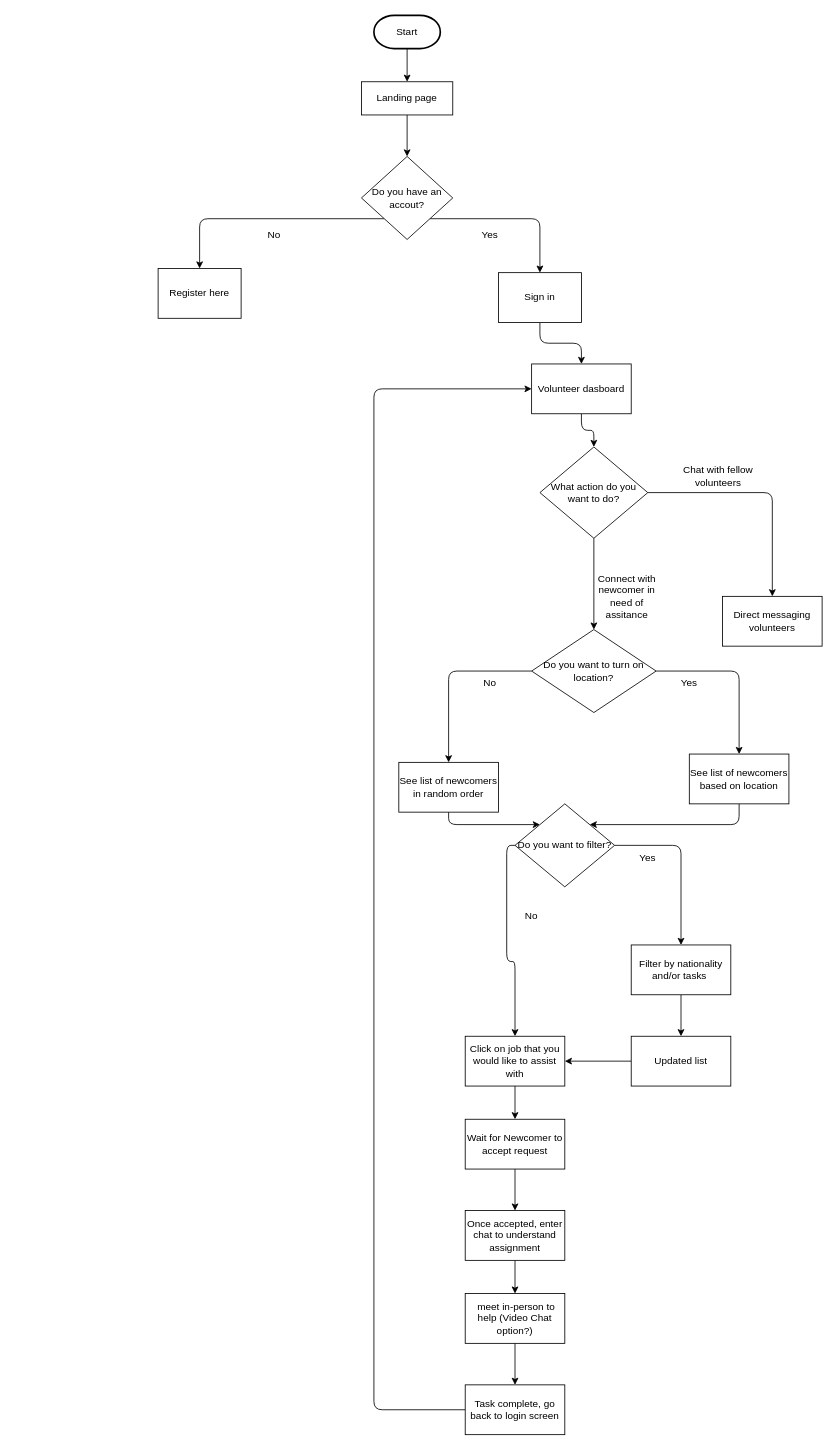
Earlier version of the draw.io diagram flowcharts/volunteer.drawio (Cody2022/earthlings). Source tidied: cells renumbered, new cells numbered last; positions are measured from the earlier drawing's top-left corner, leaving out a move shared by most shapes. Both pictures are drawn from the tidied source at 83%, with x=0, y=0 at pixel (158, 15).
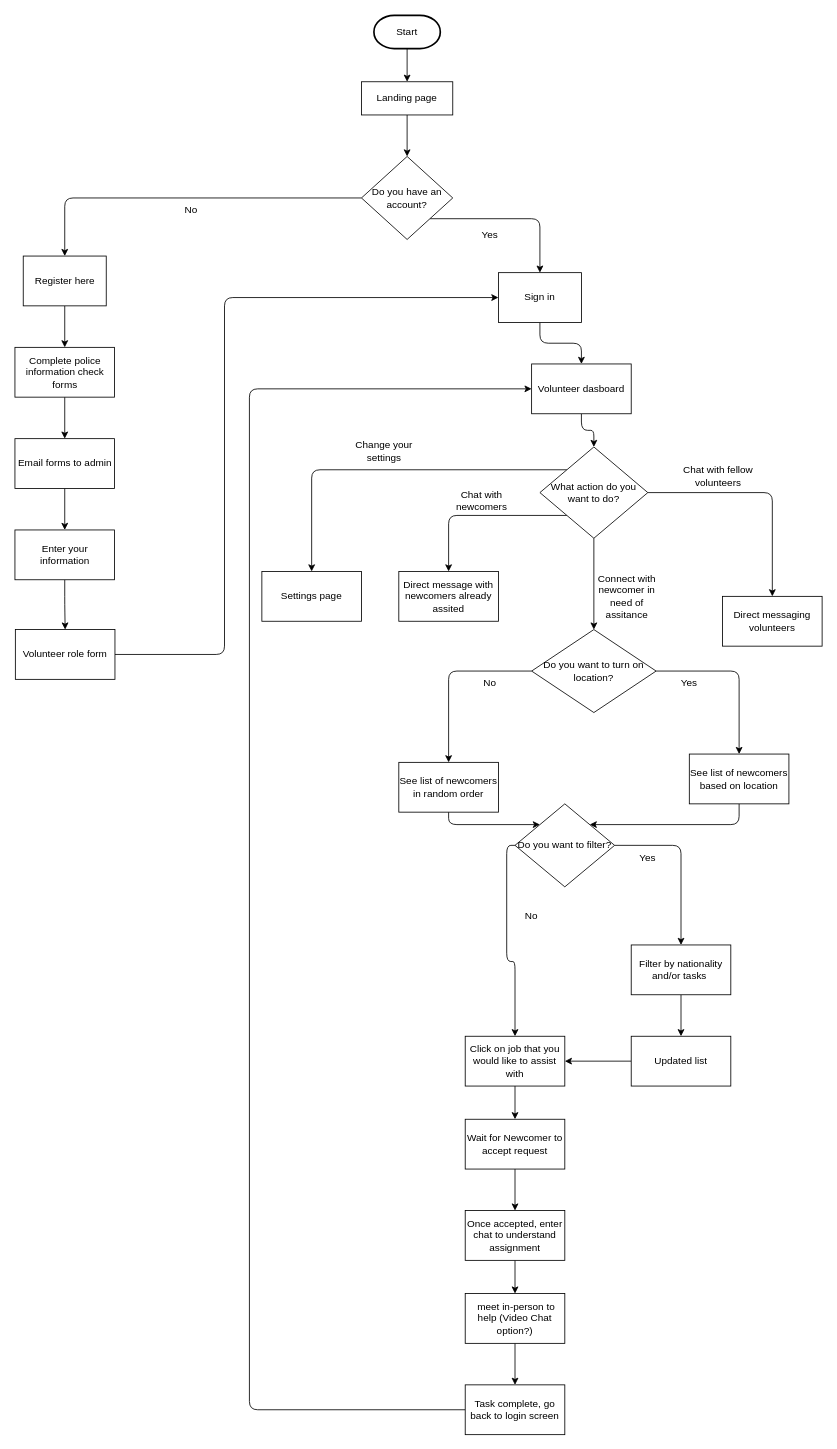
The same diagram, later.

Commit message:
Completed flowchart for volunteer

Unchanged cells that the change refers to:
```xml
<mxCell id="12" value="Sign in" style="rounded=0;whiteSpace=wrap;html=1;" parent="1" vertex="1">
  <mxGeometry x="410" y="310" width="100" height="60" as="geometry" />
</mxCell>
<mxCell id="15" value="Volunteer dasboard" style="rounded=0;whiteSpace=wrap;html=1;" parent="1" vertex="1">
  <mxGeometry x="450" y="420" width="120" height="60" as="geometry" />
</mxCell>
<mxCell id="18" value="What action do you want to do?" style="rhombus;whiteSpace=wrap;html=1;" parent="1" vertex="1">
  <mxGeometry x="460" y="520" width="130" height="110" as="geometry" />
</mxCell>
<mxCell id="49" value="Task complete, go back to login screen" style="rounded=0;whiteSpace=wrap;html=1;" parent="1" vertex="1">
  <mxGeometry x="370" y="1650" width="120" height="60" as="geometry" />
</mxCell>
```

The edit, as a diff of the source:
```diff
@@
-    <mxCell id="7" style="edgeStyle=orthogonalEdgeStyle;html=1;entryX=0.5;entryY=0;entryDx=0;entryDy=0;exitX=0;exitY=1;exitDx=0;exitDy=0;" parent="1" edge="1" source="8" target="13">
+    <mxCell id="7" style="edgeStyle=orthogonalEdgeStyle;html=1;entryX=0.5;entryY=0;entryDx=0;entryDy=0;exitX=0;exitY=0.5;exitDx=0;exitDy=0;" parent="1" edge="1" source="8" target="13">
       <mxGeometry relative="1" as="geometry" />
     </mxCell>
-    <mxCell id="8" value="Do you have an accout?" style="rhombus;whiteSpace=wrap;html=1;" parent="1" vertex="1">
+    <mxCell id="8" value="Do you have an account?" style="rhombus;whiteSpace=wrap;html=1;" parent="1" vertex="1">
       <mxGeometry x="245" y="170" width="110" height="100" as="geometry" />
     </mxCell>
@@
     <mxCell id="10" value="No" style="text;html=1;strokeColor=none;fillColor=none;align=center;verticalAlign=middle;whiteSpace=wrap;rounded=0;" parent="1" vertex="1">
-      <mxGeometry x="110" y="250" width="60" height="30" as="geometry" />
+      <mxGeometry x="10" y="220" width="60" height="30" as="geometry" />
     </mxCell>
@@
+    <mxCell id="50" style="edgeStyle=orthogonalEdgeStyle;html=1;exitX=0.5;exitY=1;exitDx=0;exitDy=0;entryX=0.5;entryY=0;entryDx=0;entryDy=0;" parent="1" edge="1" source="13" target="58">
+      <mxGeometry relative="1" as="geometry" />
+    </mxCell>
     <mxCell id="13" value="Register here" style="rounded=0;whiteSpace=wrap;html=1;" parent="1" vertex="1">
-      <mxGeometry y="305" width="100" height="60" as="geometry" />
+      <mxGeometry x="-162.5" y="290" width="100" height="60" as="geometry" />
     </mxCell>
@@
+    <mxCell id="51" style="edgeStyle=orthogonalEdgeStyle;html=1;exitX=0;exitY=1;exitDx=0;exitDy=0;entryX=0.5;entryY=0;entryDx=0;entryDy=0;" parent="1" edge="1" source="18" target="53">
+      <mxGeometry relative="1" as="geometry" />
+    </mxCell>
+    <mxCell id="52" style="edgeStyle=orthogonalEdgeStyle;html=1;exitX=0;exitY=0;exitDx=0;exitDy=0;entryX=0.5;entryY=0;entryDx=0;entryDy=0;" parent="1" edge="1" source="18" target="55">
+      <mxGeometry relative="1" as="geometry" />
+    </mxCell>
@@
     <mxCell id="48" style="edgeStyle=orthogonalEdgeStyle;html=1;exitX=0;exitY=0.5;exitDx=0;exitDy=0;entryX=0;entryY=0.5;entryDx=0;entryDy=0;" parent="1" edge="1" source="49" target="15">
       <mxGeometry relative="1" as="geometry">
         <Array as="points">
-          <mxPoint x="260" y="1680" />
-          <mxPoint x="260" y="450" />
+          <mxPoint x="110" y="1680" />
+          <mxPoint x="110" y="450" />
         </Array>
       </mxGeometry>
     </mxCell>
@@
+    <mxCell id="53" value="Direct message with newcomers already assited" style="rounded=0;whiteSpace=wrap;html=1;" parent="1" vertex="1">
+      <mxGeometry x="290" y="670" width="120" height="60" as="geometry" />
+    </mxCell>
+    <mxCell id="54" value="Chat with newcomers" style="text;html=1;strokeColor=none;fillColor=none;align=center;verticalAlign=middle;whiteSpace=wrap;rounded=0;" parent="1" vertex="1">
+      <mxGeometry x="360" y="570" width="60" height="30" as="geometry" />
+    </mxCell>
+    <mxCell id="55" value="Settings page" style="rounded=0;whiteSpace=wrap;html=1;" parent="1" vertex="1">
+      <mxGeometry x="125" y="670" width="120" height="60" as="geometry" />
+    </mxCell>
+    <mxCell id="56" value="Change your settings" style="text;html=1;strokeColor=none;fillColor=none;align=center;verticalAlign=middle;whiteSpace=wrap;rounded=0;" parent="1" vertex="1">
+      <mxGeometry x="230" y="500" width="85" height="50" as="geometry" />
+    </mxCell>
+    <mxCell id="57" style="edgeStyle=orthogonalEdgeStyle;html=1;exitX=0.5;exitY=1;exitDx=0;exitDy=0;" parent="1" edge="1" source="58" target="60">
+      <mxGeometry relative="1" as="geometry" />
+    </mxCell>
+    <mxCell id="58" value="Complete police information check forms" style="rounded=0;whiteSpace=wrap;html=1;" parent="1" vertex="1">
+      <mxGeometry x="-172.5" y="400" width="120" height="60" as="geometry" />
+    </mxCell>
+    <mxCell id="59" style="edgeStyle=orthogonalEdgeStyle;html=1;exitX=0.5;exitY=1;exitDx=0;exitDy=0;entryX=0.5;entryY=0;entryDx=0;entryDy=0;" parent="1" edge="1" source="60" target="62">
+      <mxGeometry relative="1" as="geometry" />
+    </mxCell>
+    <mxCell id="60" value="Email forms to admin" style="rounded=0;whiteSpace=wrap;html=1;" parent="1" vertex="1">
+      <mxGeometry x="-172.5" y="510" width="120" height="60" as="geometry" />
+    </mxCell>
+    <mxCell id="61" style="edgeStyle=orthogonalEdgeStyle;html=1;exitX=0.5;exitY=1;exitDx=0;exitDy=0;entryX=0.5;entryY=0;entryDx=0;entryDy=0;" parent="1" edge="1" source="62" target="64">
+      <mxGeometry relative="1" as="geometry" />
+    </mxCell>
+    <mxCell id="62" value="Enter your information" style="rounded=0;whiteSpace=wrap;html=1;" parent="1" vertex="1">
+      <mxGeometry x="-172.5" y="620" width="120" height="60" as="geometry" />
+    </mxCell>
+    <mxCell id="63" style="edgeStyle=orthogonalEdgeStyle;html=1;exitX=1;exitY=0.5;exitDx=0;exitDy=0;entryX=0;entryY=0.5;entryDx=0;entryDy=0;" parent="1" edge="1" source="64" target="12">
+      <mxGeometry relative="1" as="geometry">
+        <Array as="points">
+          <mxPoint x="80" y="770" />
+          <mxPoint x="80" y="340" />
+        </Array>
+      </mxGeometry>
+    </mxCell>
+    <mxCell id="64" value="Volunteer role form" style="rounded=0;whiteSpace=wrap;html=1;" parent="1" vertex="1">
+      <mxGeometry x="-172" y="740" width="120" height="60" as="geometry" />
+    </mxCell>
```
